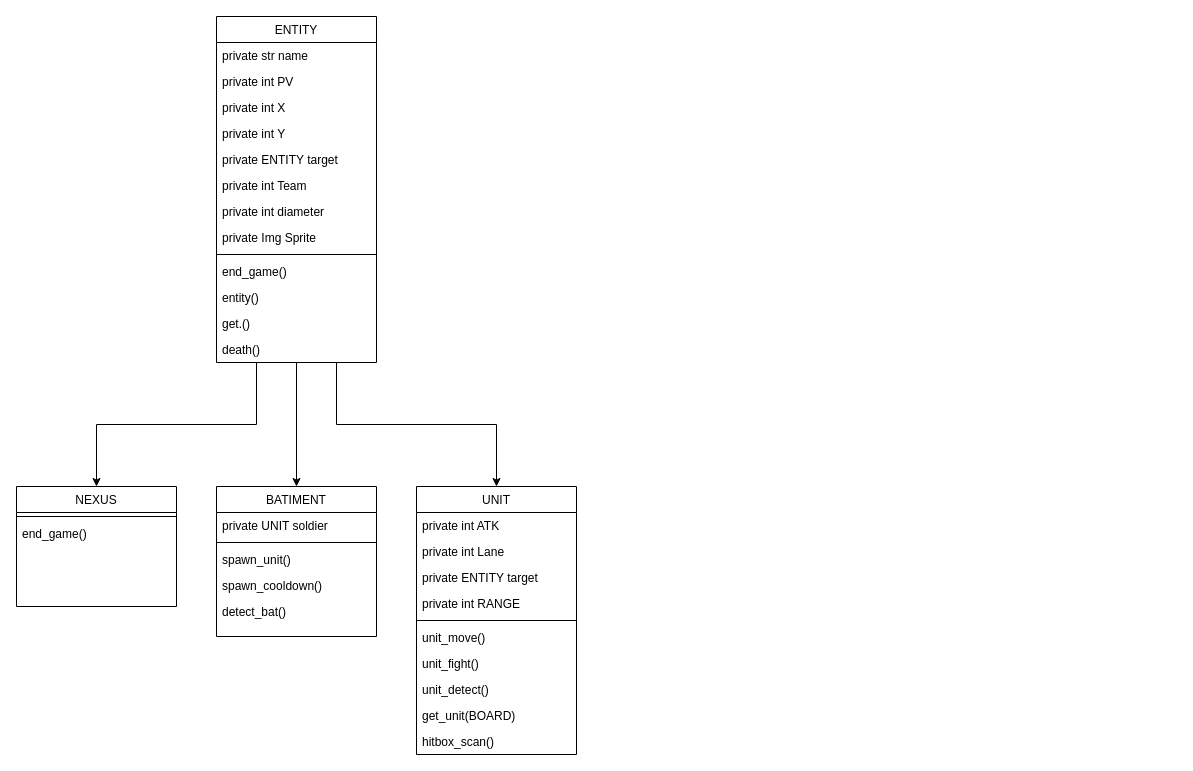
Before: TD/RTS_JAVA.drawio in Robaur/ENSEA_JAVA_Base, a draw.io diagram. Source tidied: cells renumbered, new cells numbered last; positions are measured from the earlier drawing's top-left corner, leaving out a move shared by most shapes. Both pictures are drawn from the tidied source at 100%, with x=0, y=0 at pixel (16, 16).
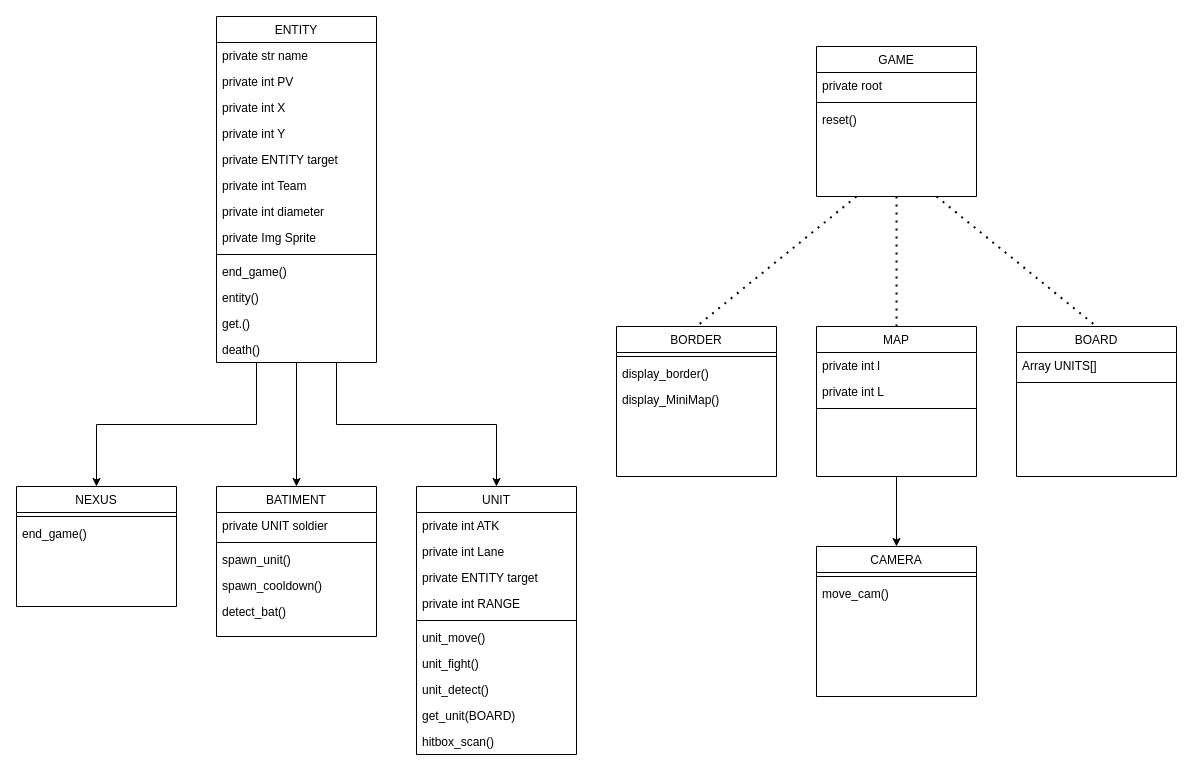
The same diagram, later.

Commit message:
Update others classes

The edit, as a diff of the source:
```diff
@@
+    <mxCell id="39" value="BOARD" style="swimlane;fontStyle=0;align=center;verticalAlign=top;horizontal=1;startSize=26;rounded=0;shadow=0;strokeWidth=1;" parent="1" vertex="1">
+      <mxGeometry x="1000" y="310" width="160" height="150" as="geometry" />
+    </mxCell>
+    <mxCell id="40" value="Array UNITS[]" style="text;align=left;verticalAlign=top;spacingLeft=4;spacingRight=4;overflow=hidden;" parent="39" vertex="1">
+      <mxGeometry y="26" width="160" height="26" as="geometry" />
+    </mxCell>
+    <mxCell id="41" style="line;html=1;strokeWidth=1;align=left;verticalAlign=middle;spacingTop=-1;spacingLeft=3;spacingRight=3;labelPosition=right;" parent="39" vertex="1">
+      <mxGeometry y="52" width="160" height="8" as="geometry" />
+    </mxCell>
+    <mxCell id="42" value="GAME" style="swimlane;fontStyle=0;align=center;verticalAlign=top;horizontal=1;startSize=26;rounded=0;shadow=0;strokeWidth=1;" parent="1" vertex="1">
+      <mxGeometry x="800" y="30" width="160" height="150" as="geometry" />
+    </mxCell>
+    <mxCell id="43" value="private root" style="text;align=left;verticalAlign=top;spacingLeft=4;spacingRight=4;overflow=hidden;" parent="42" vertex="1">
+      <mxGeometry y="26" width="160" height="26" as="geometry" />
+    </mxCell>
+    <mxCell id="44" style="line;html=1;strokeWidth=1;align=left;verticalAlign=middle;spacingTop=-1;spacingLeft=3;spacingRight=3;labelPosition=right;" parent="42" vertex="1">
+      <mxGeometry y="52" width="160" height="8" as="geometry" />
+    </mxCell>
+    <mxCell id="45" value="reset()" style="text;align=left;verticalAlign=top;spacingLeft=4;spacingRight=4;overflow=hidden;" parent="42" vertex="1">
+      <mxGeometry y="60" width="160" height="26" as="geometry" />
+    </mxCell>
+    <mxCell id="46" style="edgeStyle=orthogonalEdgeStyle;rounded=0;jettySize=auto;html=1;exitX=0.5;exitY=1;exitDx=0;exitDy=0;entryX=0.5;entryY=0;entryDx=0;entryDy=0;" parent="1" edge="1" source="47" target="55">
+      <mxGeometry relative="1" as="geometry" />
+    </mxCell>
+    <mxCell id="47" value="MAP" style="swimlane;fontStyle=0;align=center;verticalAlign=top;horizontal=1;startSize=26;rounded=0;shadow=0;strokeWidth=1;" parent="1" vertex="1">
+      <mxGeometry x="800" y="310" width="160" height="150" as="geometry" />
+    </mxCell>
+    <mxCell id="48" value="private int l" style="text;align=left;verticalAlign=top;spacingLeft=4;spacingRight=4;overflow=hidden;" parent="47" vertex="1">
+      <mxGeometry y="26" width="160" height="26" as="geometry" />
+    </mxCell>
+    <mxCell id="49" value="private int L" style="text;align=left;verticalAlign=top;spacingLeft=4;spacingRight=4;overflow=hidden;" parent="47" vertex="1">
+      <mxGeometry y="52" width="160" height="26" as="geometry" />
+    </mxCell>
+    <mxCell id="50" style="line;html=1;strokeWidth=1;align=left;verticalAlign=middle;spacingTop=-1;spacingLeft=3;spacingRight=3;labelPosition=right;" parent="47" vertex="1">
+      <mxGeometry y="78" width="160" height="8" as="geometry" />
+    </mxCell>
+    <mxCell id="51" value="BORDER" style="swimlane;fontStyle=0;align=center;verticalAlign=top;horizontal=1;startSize=26;rounded=0;shadow=0;strokeWidth=1;" parent="1" vertex="1">
+      <mxGeometry x="600" y="310" width="160" height="150" as="geometry" />
+    </mxCell>
+    <mxCell id="52" style="line;html=1;strokeWidth=1;align=left;verticalAlign=middle;spacingTop=-1;spacingLeft=3;spacingRight=3;labelPosition=right;" parent="51" vertex="1">
+      <mxGeometry y="26" width="160" height="8" as="geometry" />
+    </mxCell>
+    <mxCell id="53" value="display_border()" style="text;align=left;verticalAlign=top;spacingLeft=4;spacingRight=4;overflow=hidden;" parent="51" vertex="1">
+      <mxGeometry y="34" width="160" height="26" as="geometry" />
+    </mxCell>
+    <mxCell id="54" value="display_MiniMap()" style="text;align=left;verticalAlign=top;spacingLeft=4;spacingRight=4;overflow=hidden;" parent="51" vertex="1">
+      <mxGeometry y="60" width="160" height="26" as="geometry" />
+    </mxCell>
+    <mxCell id="55" value="CAMERA&#10;" style="swimlane;fontStyle=0;align=center;verticalAlign=top;horizontal=1;startSize=26;rounded=0;shadow=0;strokeWidth=1;" parent="1" vertex="1">
+      <mxGeometry x="800" y="530" width="160" height="150" as="geometry" />
+    </mxCell>
+    <mxCell id="56" style="line;html=1;strokeWidth=1;align=left;verticalAlign=middle;spacingTop=-1;spacingLeft=3;spacingRight=3;labelPosition=right;" parent="55" vertex="1">
+      <mxGeometry y="26" width="160" height="8" as="geometry" />
+    </mxCell>
+    <mxCell id="57" value="move_cam()" style="text;align=left;verticalAlign=top;spacingLeft=4;spacingRight=4;overflow=hidden;" parent="55" vertex="1">
+      <mxGeometry y="34" width="160" height="26" as="geometry" />
+    </mxCell>
+    <mxCell id="58" style="endArrow=none;dashed=1;html=1;dashPattern=1 3;strokeWidth=2;rounded=0;entryX=0.5;entryY=0;entryDx=0;entryDy=0;exitX=0.25;exitY=1;exitDx=0;exitDy=0;" parent="1" edge="1" source="42" target="51">
+      <mxGeometry relative="1" as="geometry" />
+    </mxCell>
+    <mxCell id="59" style="endArrow=none;dashed=1;html=1;dashPattern=1 3;strokeWidth=2;rounded=0;entryX=0.5;entryY=0;entryDx=0;entryDy=0;exitX=0.75;exitY=1;exitDx=0;exitDy=0;" parent="1" edge="1" source="42" target="39">
+      <mxGeometry relative="1" as="geometry" />
+    </mxCell>
+    <mxCell id="60" style="endArrow=none;dashed=1;html=1;dashPattern=1 3;strokeWidth=2;rounded=0;entryX=0.5;entryY=0;entryDx=0;entryDy=0;exitX=0.5;exitY=1;exitDx=0;exitDy=0;" parent="1" edge="1" source="42" target="47">
+      <mxGeometry relative="1" as="geometry" />
+    </mxCell>
```
